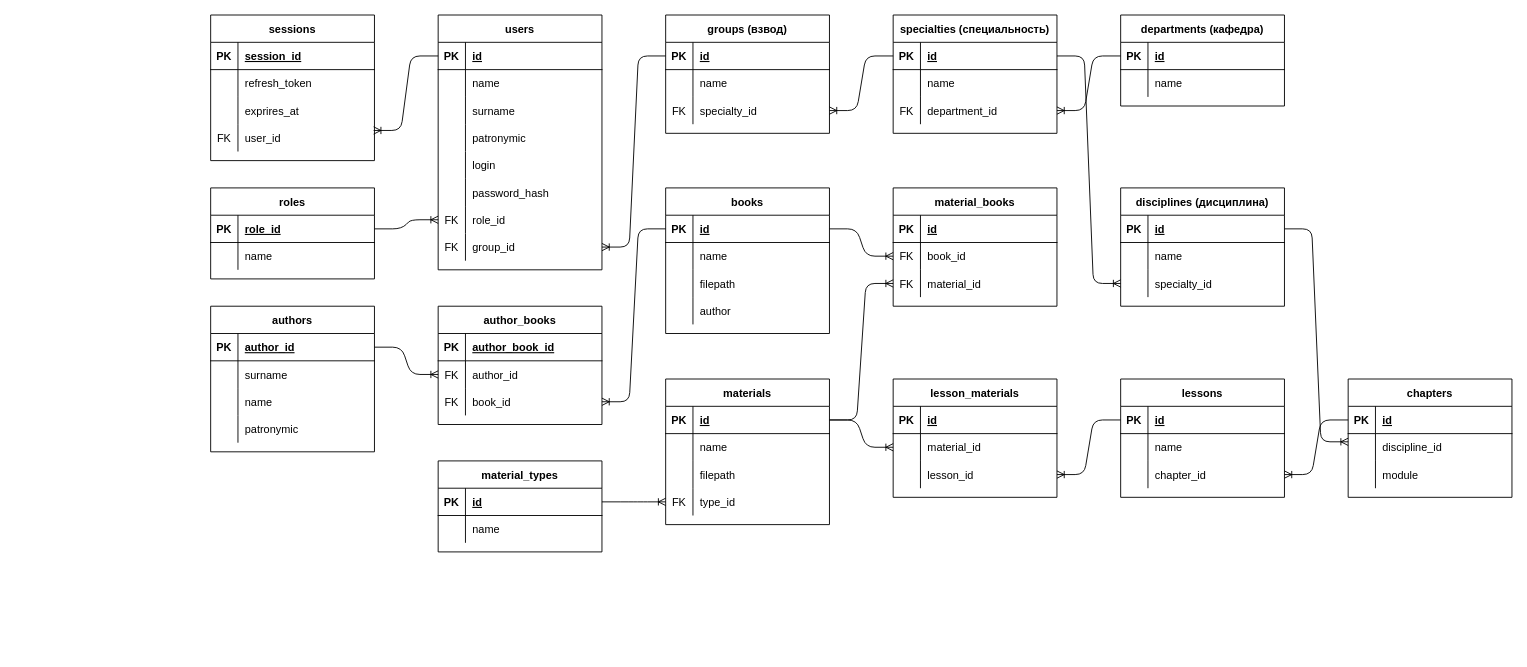
Before: db/erd.drawio in foreverd34d/aumsu-elib, a draw.io diagram. Source tidied: cells renumbered, new cells numbered last; positions are measured from the earlier drawing's top-left corner, leaving out a move shared by most shapes. Both pictures are drawn from the tidied source at 91%, with x=0, y=0 at pixel (210, 15).
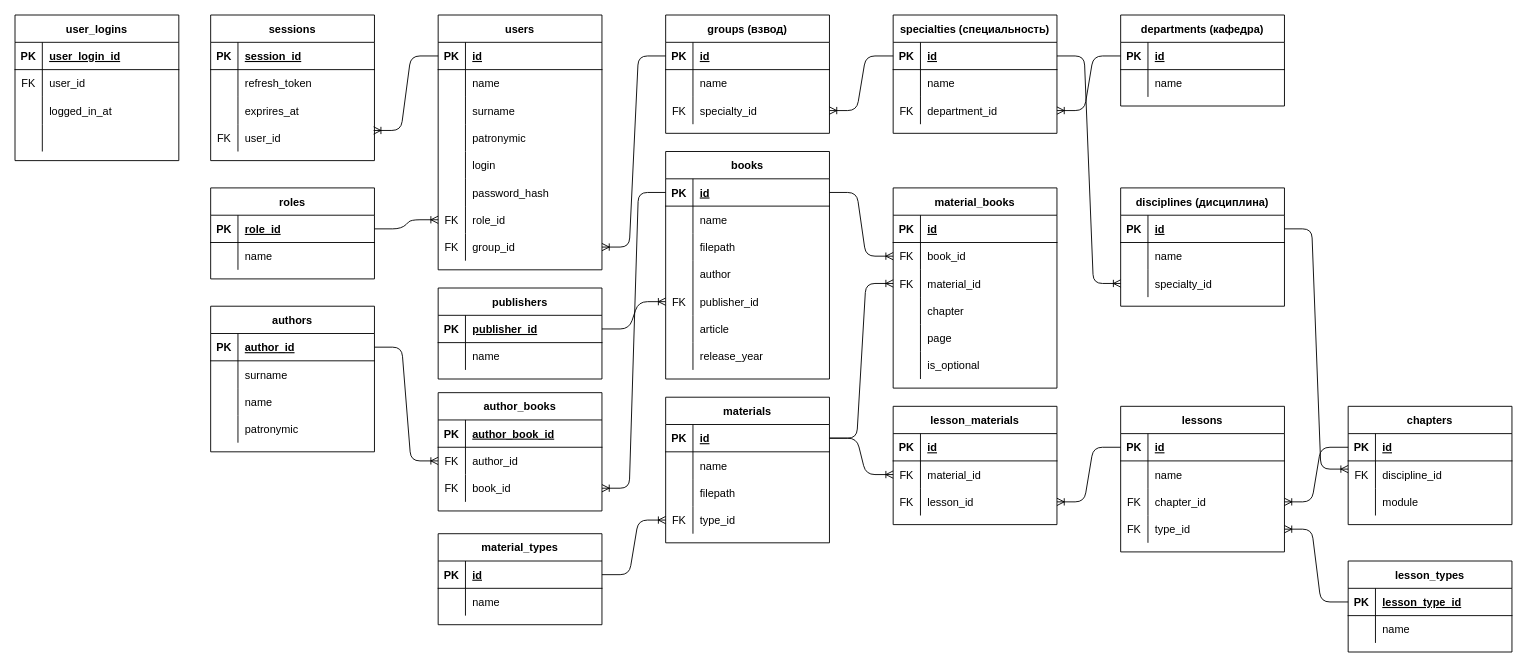
The same diagram, later.

The change refers to these unchanged cells:
```xml
<mxCell id="110" style="shape=partialRectangle;fillColor=none;top=0;left=0;bottom=0;right=0;points=[[0,0.5],[1,0.5]];portConstraint=eastwest;" parent="103" vertex="1">
  <mxGeometry y="90" width="180" height="30" as="geometry" />
</mxCell>
<mxCell id="117" style="shape=partialRectangle;fillColor=none;top=0;left=0;bottom=0;right=0;points=[[0,0.5],[1,0.5]];portConstraint=eastwest;" parent="113" vertex="1">
  <mxGeometry y="60" width="180" height="30" as="geometry" />
</mxCell>
<mxCell id="127" style="shape=partialRectangle;fillColor=none;top=0;left=0;bottom=0;right=0;points=[[0,0.5],[1,0.5]];portConstraint=eastwest;" parent="123" vertex="1">
  <mxGeometry y="60" width="180" height="30" as="geometry" />
</mxCell>
<mxCell id="130" style="shape=partialRectangle;fillColor=none;top=0;left=0;bottom=0;right=0;points=[[0,0.5],[1,0.5]];portConstraint=eastwest;" parent="123" vertex="1">
  <mxGeometry y="90" width="180" height="30" as="geometry" />
</mxCell>
```

The edit, as a diff of the source:
```diff
@@
     <mxCell id="57" value="materials" style="shape=table;startSize=30;childLayout=tableLayout;rowLines=0;fontStyle=1;align=center;rounded=0;" parent="1" vertex="1">
-      <mxGeometry x="500" y="400" width="180" height="160" as="geometry" />
+      <mxGeometry x="500" y="420" width="180" height="160" as="geometry" />
     </mxCell>
@@
     <mxCell id="70" value="material_types" style="shape=table;startSize=30;childLayout=tableLayout;rowLines=0;fontStyle=1;align=center;rounded=0;" parent="1" vertex="1">
-      <mxGeometry x="250" y="490" width="180" height="100" as="geometry" />
+      <mxGeometry x="250" y="570" width="180" height="100" as="geometry" />
     </mxCell>
@@
     <mxCell id="78" value="books" style="shape=table;startSize=30;childLayout=tableLayout;rowLines=0;fontStyle=1;align=center;rounded=0;" parent="1" vertex="1">
-      <mxGeometry x="500" y="190" width="180" height="160" as="geometry" />
+      <mxGeometry x="500" y="150" width="180" height="250" as="geometry" />
     </mxCell>
@@
+    <mxCell id="195" style="shape=partialRectangle;fillColor=none;top=0;left=0;bottom=0;right=0;points=[[0,0.5],[1,0.5]];portConstraint=eastwest;" parent="78" vertex="1">
+      <mxGeometry y="150" width="180" height="30" as="geometry" />
+    </mxCell>
+    <mxCell id="196" value="FK" style="shape=partialRectangle;fillColor=none;top=0;left=0;bottom=0;right=0;overflow=hidden;" parent="195" vertex="1">
+      <mxGeometry width="30" height="30" as="geometry" />
+    </mxCell>
+    <mxCell id="197" value="publisher_id" style="shape=partialRectangle;fillColor=none;top=0;left=0;bottom=0;right=0;align=left;spacingLeft=6;overflow=hidden;" parent="195" vertex="1">
+      <mxGeometry x="30" width="150" height="30" as="geometry" />
+    </mxCell>
+    <mxCell id="198" style="shape=partialRectangle;fillColor=none;top=0;left=0;bottom=0;right=0;" parent="78" vertex="1">
+      <mxGeometry y="180" width="180" height="30" as="geometry" />
+    </mxCell>
+    <mxCell id="199" style="shape=partialRectangle;fillColor=none;top=0;left=0;bottom=0;right=0;overflow=hidden;" parent="198" vertex="1">
+      <mxGeometry width="30" height="30" as="geometry" />
+    </mxCell>
+    <mxCell id="200" value="article" style="shape=partialRectangle;fillColor=none;top=0;left=0;bottom=0;right=0;align=left;spacingLeft=6;overflow=hidden;" parent="198" vertex="1">
+      <mxGeometry x="30" width="150" height="30" as="geometry" />
+    </mxCell>
+    <mxCell id="201" style="shape=partialRectangle;fillColor=none;top=0;left=0;bottom=0;right=0;" parent="78" vertex="1">
+      <mxGeometry y="210" width="180" height="30" as="geometry" />
+    </mxCell>
+    <mxCell id="202" style="shape=partialRectangle;fillColor=none;top=0;left=0;bottom=0;right=0;overflow=hidden;" parent="201" vertex="1">
+      <mxGeometry width="30" height="30" as="geometry" />
+    </mxCell>
+    <mxCell id="203" value="release_year" style="shape=partialRectangle;fillColor=none;top=0;left=0;bottom=0;right=0;align=left;spacingLeft=6;overflow=hidden;" parent="201" vertex="1">
+      <mxGeometry x="30" width="150" height="30" as="geometry" />
+    </mxCell>
     <mxCell id="91" value="material_books" style="shape=table;startSize=30;childLayout=tableLayout;rowLines=0;fontStyle=1;align=center;rounded=0;" parent="1" vertex="1">
-      <mxGeometry x="750" y="190" width="180" height="130" as="geometry" />
+      <mxGeometry x="750" y="190" width="180" height="220" as="geometry" />
     </mxCell>
@@
+    <mxCell id="204" style="shape=partialRectangle;fillColor=none;top=0;left=0;bottom=0;right=0;" parent="91" vertex="1">
+      <mxGeometry y="120" width="180" height="30" as="geometry" />
+    </mxCell>
+    <mxCell id="205" style="shape=partialRectangle;fillColor=none;top=0;left=0;bottom=0;right=0;overflow=hidden;" parent="204" vertex="1">
+      <mxGeometry width="30" height="30" as="geometry" />
+    </mxCell>
+    <mxCell id="206" value="chapter" style="shape=partialRectangle;fillColor=none;top=0;left=0;bottom=0;right=0;align=left;spacingLeft=6;overflow=hidden;" parent="204" vertex="1">
+      <mxGeometry x="30" width="150" height="30" as="geometry" />
+    </mxCell>
+    <mxCell id="207" style="shape=partialRectangle;fillColor=none;top=0;left=0;bottom=0;right=0;" parent="91" vertex="1">
+      <mxGeometry y="150" width="180" height="30" as="geometry" />
+    </mxCell>
+    <mxCell id="208" style="shape=partialRectangle;fillColor=none;top=0;left=0;bottom=0;right=0;overflow=hidden;" parent="207" vertex="1">
+      <mxGeometry width="30" height="30" as="geometry" />
+    </mxCell>
+    <mxCell id="209" value="page" style="shape=partialRectangle;fillColor=none;top=0;left=0;bottom=0;right=0;align=left;spacingLeft=6;overflow=hidden;" parent="207" vertex="1">
+      <mxGeometry x="30" width="150" height="30" as="geometry" />
+    </mxCell>
+    <mxCell id="210" style="shape=partialRectangle;fillColor=none;top=0;left=0;bottom=0;right=0;" parent="91" vertex="1">
+      <mxGeometry y="180" width="180" height="30" as="geometry" />
+    </mxCell>
+    <mxCell id="211" style="shape=partialRectangle;fillColor=none;top=0;left=0;bottom=0;right=0;overflow=hidden;" parent="210" vertex="1">
+      <mxGeometry width="30" height="30" as="geometry" />
+    </mxCell>
+    <mxCell id="212" value="is_optional" style="shape=partialRectangle;fillColor=none;top=0;left=0;bottom=0;right=0;align=left;spacingLeft=6;overflow=hidden;" parent="210" vertex="1">
+      <mxGeometry x="30" width="150" height="30" as="geometry" />
+    </mxCell>
@@
     <mxCell id="103" value="lessons" style="shape=table;startSize=30;childLayout=tableLayout;rowLines=0;fontStyle=1;align=center;rounded=0;" parent="1" vertex="1">
-      <mxGeometry x="1000" y="400" width="180" height="130" as="geometry" />
+      <mxGeometry x="1000" y="430" width="180" height="160" as="geometry" />
     </mxCell>
@@
-    <mxCell id="111" style="shape=partialRectangle;fillColor=none;top=0;left=0;bottom=0;right=0;overflow=hidden;" parent="110" vertex="1">
+    <mxCell id="111" value="FK" style="shape=partialRectangle;fillColor=none;top=0;left=0;bottom=0;right=0;overflow=hidden;" parent="110" vertex="1">
       <mxGeometry width="30" height="30" as="geometry" />
     </mxCell>
@@
+    <mxCell id="213" style="shape=partialRectangle;fillColor=none;top=0;left=0;bottom=0;right=0;points=[[0,0.5],[1,0.5]];portConstraint=eastwest;" parent="103" vertex="1">
+      <mxGeometry y="120" width="180" height="30" as="geometry" />
+    </mxCell>
+    <mxCell id="214" value="FK" style="shape=partialRectangle;fillColor=none;top=0;left=0;bottom=0;right=0;overflow=hidden;" parent="213" vertex="1">
+      <mxGeometry width="30" height="30" as="geometry" />
+    </mxCell>
+    <mxCell id="215" value="type_id" style="shape=partialRectangle;fillColor=none;top=0;left=0;bottom=0;right=0;align=left;spacingLeft=6;overflow=hidden;" parent="213" vertex="1">
+      <mxGeometry x="30" width="150" height="30" as="geometry" />
+    </mxCell>
     <mxCell id="113" value="chapters" style="shape=table;startSize=30;childLayout=tableLayout;rowLines=0;fontStyle=1;align=center;rounded=0;" parent="1" vertex="1">
-      <mxGeometry x="1250" y="400" width="180" height="130" as="geometry" />
+      <mxGeometry x="1250" y="430" width="180" height="130" as="geometry" />
     </mxCell>
@@
-    <mxCell id="118" style="shape=partialRectangle;fillColor=none;top=0;left=0;bottom=0;right=0;overflow=hidden;" parent="117" vertex="1">
+    <mxCell id="118" value="FK" style="shape=partialRectangle;fillColor=none;top=0;left=0;bottom=0;right=0;overflow=hidden;" parent="117" vertex="1">
       <mxGeometry width="30" height="30" as="geometry" />
     </mxCell>
@@
     <mxCell id="123" value="lesson_materials" style="shape=table;startSize=30;childLayout=tableLayout;rowLines=0;fontStyle=1;align=center;rounded=0;" parent="1" vertex="1">
-      <mxGeometry x="750" y="400" width="180" height="130" as="geometry" />
+      <mxGeometry x="750" y="430" width="180" height="130" as="geometry" />
     </mxCell>
@@
-    <mxCell id="128" style="shape=partialRectangle;fillColor=none;top=0;left=0;bottom=0;right=0;overflow=hidden;" parent="127" vertex="1">
+    <mxCell id="128" value="FK" style="shape=partialRectangle;fillColor=none;top=0;left=0;bottom=0;right=0;overflow=hidden;" parent="127" vertex="1">
       <mxGeometry width="30" height="30" as="geometry" />
     </mxCell>
@@
-    <mxCell id="131" style="shape=partialRectangle;fillColor=none;top=0;left=0;bottom=0;right=0;overflow=hidden;" parent="130" vertex="1">
+    <mxCell id="131" value="FK" style="shape=partialRectangle;fillColor=none;top=0;left=0;bottom=0;right=0;overflow=hidden;" parent="130" vertex="1">
       <mxGeometry width="30" height="30" as="geometry" />
     </mxCell>
@@
     <mxCell id="169" value="author_books" style="shape=table;startSize=30;childLayout=tableLayout;rowLines=0;fontStyle=1;align=center;" parent="1" vertex="1">
-      <mxGeometry x="250" y="320" width="180" height="130" as="geometry" />
+      <mxGeometry x="250" y="415" width="180" height="130" as="geometry" />
     </mxCell>
@@
+    <mxCell id="216" value="lesson_types" style="shape=table;startSize=30;childLayout=tableLayout;rowLines=0;fontStyle=1;align=center;" parent="1" vertex="1">
+      <mxGeometry x="1250" y="600" width="180" height="100" as="geometry" />
+    </mxCell>
+    <mxCell id="217" style="shape=partialRectangle;fillColor=none;top=0;left=0;bottom=1;right=0;points=[[0,0.5],[1,0.5]];portConstraint=eastwest;" parent="216" vertex="1">
+      <mxGeometry y="30" width="180" height="30" as="geometry" />
+    </mxCell>
+    <mxCell id="218" value="PK" style="shape=partialRectangle;fillColor=none;top=0;left=0;bottom=0;right=0;fontStyle=1;overflow=hidden;" parent="217" vertex="1">
+      <mxGeometry width="30" height="30" as="geometry" />
+    </mxCell>
+    <mxCell id="219" value="lesson_type_id" style="shape=partialRectangle;fillColor=none;top=0;left=0;bottom=0;right=0;align=left;spacingLeft=6;fontStyle=5;overflow=hidden;" parent="217" vertex="1">
+      <mxGeometry x="30" width="150" height="30" as="geometry" />
+    </mxCell>
+    <mxCell id="220" style="shape=partialRectangle;fillColor=none;top=0;left=0;bottom=0;right=0;" parent="216" vertex="1">
+      <mxGeometry y="60" width="180" height="30" as="geometry" />
+    </mxCell>
+    <mxCell id="221" style="shape=partialRectangle;fillColor=none;top=0;left=0;bottom=0;right=0;overflow=hidden;" parent="220" vertex="1">
+      <mxGeometry width="30" height="30" as="geometry" />
+    </mxCell>
+    <mxCell id="222" value="name" style="shape=partialRectangle;fillColor=none;top=0;left=0;bottom=0;right=0;align=left;spacingLeft=6;overflow=hidden;" parent="220" vertex="1">
+      <mxGeometry x="30" width="150" height="30" as="geometry" />
+    </mxCell>
+    <mxCell id="223" style="edgeStyle=entityRelationEdgeStyle;fontSize=12;html=1;endArrow=ERoneToMany;exitX=0;exitY=0.5;exitDx=0;exitDy=0;entryX=1;entryY=0.5;entryDx=0;entryDy=0;" parent="1" edge="1" source="217" target="213">
+      <mxGeometry relative="1" as="geometry" />
+    </mxCell>
+    <mxCell id="224" value="publishers" style="shape=table;startSize=30;childLayout=tableLayout;rowLines=0;fontStyle=1;align=center;" parent="1" vertex="1">
+      <mxGeometry x="250" y="300" width="180" height="100" as="geometry" />
+    </mxCell>
+    <mxCell id="225" style="shape=partialRectangle;fillColor=none;top=0;left=0;bottom=1;right=0;points=[[0,0.5],[1,0.5]];portConstraint=eastwest;" parent="224" vertex="1">
+      <mxGeometry y="30" width="180" height="30" as="geometry" />
+    </mxCell>
+    <mxCell id="226" value="PK" style="shape=partialRectangle;fillColor=none;top=0;left=0;bottom=0;right=0;fontStyle=1;overflow=hidden;" parent="225" vertex="1">
+      <mxGeometry width="30" height="30" as="geometry" />
+    </mxCell>
+    <mxCell id="227" value="publisher_id" style="shape=partialRectangle;fillColor=none;top=0;left=0;bottom=0;right=0;align=left;spacingLeft=6;fontStyle=5;overflow=hidden;" parent="225" vertex="1">
+      <mxGeometry x="30" width="150" height="30" as="geometry" />
+    </mxCell>
+    <mxCell id="228" style="shape=partialRectangle;fillColor=none;top=0;left=0;bottom=0;right=0;" parent="224" vertex="1">
+      <mxGeometry y="60" width="180" height="30" as="geometry" />
+    </mxCell>
+    <mxCell id="229" style="shape=partialRectangle;fillColor=none;top=0;left=0;bottom=0;right=0;overflow=hidden;" parent="228" vertex="1">
+      <mxGeometry width="30" height="30" as="geometry" />
+    </mxCell>
+    <mxCell id="230" value="name" style="shape=partialRectangle;fillColor=none;top=0;left=0;bottom=0;right=0;align=left;spacingLeft=6;overflow=hidden;" parent="228" vertex="1">
+      <mxGeometry x="30" width="150" height="30" as="geometry" />
+    </mxCell>
+    <mxCell id="231" style="edgeStyle=entityRelationEdgeStyle;fontSize=12;html=1;endArrow=ERoneToMany;exitX=1;exitY=0.5;exitDx=0;exitDy=0;entryX=0;entryY=0.5;entryDx=0;entryDy=0;" parent="1" edge="1" source="225" target="195">
+      <mxGeometry relative="1" as="geometry" />
+    </mxCell>
+    <mxCell id="232" value="user_logins" style="shape=table;startSize=30;childLayout=tableLayout;rowLines=0;fontStyle=1;align=center;" parent="1" vertex="1">
+      <mxGeometry x="-215" width="180" height="160" as="geometry" />
+    </mxCell>
+    <mxCell id="233" style="shape=partialRectangle;fillColor=none;top=0;left=0;bottom=1;right=0;" parent="232" vertex="1">
+      <mxGeometry y="30" width="180" height="30" as="geometry" />
+    </mxCell>
+    <mxCell id="234" value="PK" style="shape=partialRectangle;fillColor=none;top=0;left=0;bottom=0;right=0;fontStyle=1;overflow=hidden;" parent="233" vertex="1">
+      <mxGeometry width="30" height="30" as="geometry" />
+    </mxCell>
+    <mxCell id="235" value="user_login_id" style="shape=partialRectangle;fillColor=none;top=0;left=0;bottom=0;right=0;align=left;spacingLeft=6;fontStyle=5;overflow=hidden;" parent="233" vertex="1">
+      <mxGeometry x="30" width="150" height="30" as="geometry" />
+    </mxCell>
+    <mxCell id="236" style="shape=partialRectangle;fillColor=none;top=0;left=0;bottom=0;right=0;" parent="232" vertex="1">
+      <mxGeometry y="60" width="180" height="30" as="geometry" />
+    </mxCell>
+    <mxCell id="237" value="FK" style="shape=partialRectangle;fillColor=none;top=0;left=0;bottom=0;right=0;overflow=hidden;" parent="236" vertex="1">
+      <mxGeometry width="30" height="30" as="geometry" />
+    </mxCell>
+    <mxCell id="238" value="user_id" style="shape=partialRectangle;fillColor=none;top=0;left=0;bottom=0;right=0;align=left;spacingLeft=6;overflow=hidden;" parent="236" vertex="1">
+      <mxGeometry x="30" width="150" height="30" as="geometry" />
+    </mxCell>
+    <mxCell id="239" style="shape=partialRectangle;fillColor=none;top=0;left=0;bottom=0;right=0;" parent="232" vertex="1">
+      <mxGeometry y="90" width="180" height="30" as="geometry" />
+    </mxCell>
+    <mxCell id="240" style="shape=partialRectangle;fillColor=none;top=0;left=0;bottom=0;right=0;overflow=hidden;" parent="239" vertex="1">
+      <mxGeometry width="30" height="30" as="geometry" />
+    </mxCell>
+    <mxCell id="241" value="logged_in_at" style="shape=partialRectangle;fillColor=none;top=0;left=0;bottom=0;right=0;align=left;spacingLeft=6;overflow=hidden;" parent="239" vertex="1">
+      <mxGeometry x="30" width="150" height="30" as="geometry" />
+    </mxCell>
+    <mxCell id="242" style="shape=partialRectangle;fillColor=none;top=0;left=0;bottom=0;right=0;" parent="232" vertex="1">
+      <mxGeometry y="120" width="180" height="30" as="geometry" />
+    </mxCell>
+    <mxCell id="243" style="shape=partialRectangle;fillColor=none;top=0;left=0;bottom=0;right=0;overflow=hidden;" parent="242" vertex="1">
+      <mxGeometry width="30" height="30" as="geometry" />
+    </mxCell>
+    <mxCell id="244" style="shape=partialRectangle;fillColor=none;top=0;left=0;bottom=0;right=0;align=left;spacingLeft=6;overflow=hidden;" parent="242" vertex="1">
+      <mxGeometry x="30" width="150" height="30" as="geometry" />
+    </mxCell>
```
